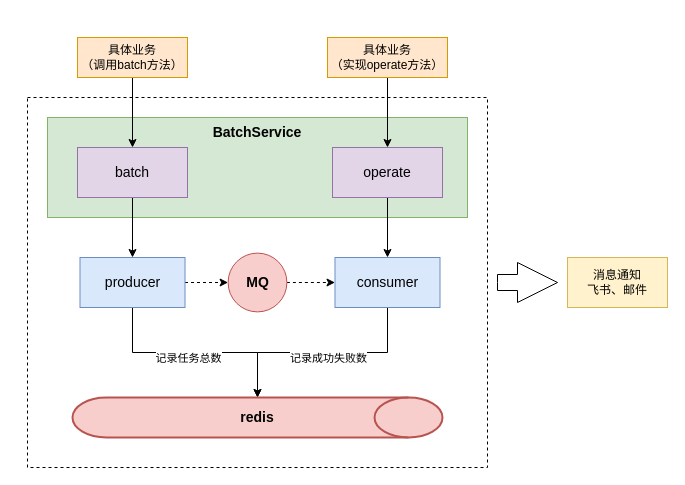
Before: 批量操作框架.drawio in Floweryu/my-diagrams, a draw.io diagram. Source tidied: cells renumbered, new cells numbered last; positions are measured from the earlier drawing's top-left corner, leaving out a move shared by most shapes. Both pictures are drawn from the tidied source at 100%, with x=0, y=0 at pixel (27, 37).
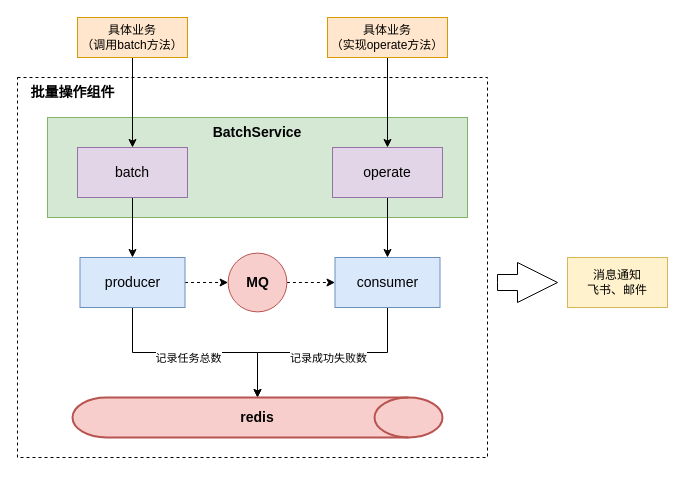
After the change.

Commit message:
更新批量操作框架.drawio

Diff of the diagram source:
```diff
@@
     <mxCell id="2" style="rounded=0;whiteSpace=wrap;html=1;dashed=1;" parent="1" vertex="1">
-      <mxGeometry y="60" width="460" height="370" as="geometry" />
+      <mxGeometry x="-10" y="40" width="470" height="380" as="geometry" />
     </mxCell>
@@
     <mxCell id="20" value="具体业务&lt;br&gt;（调用batch方法）" style="rounded=0;whiteSpace=wrap;html=1;fillColor=#ffe6cc;strokeColor=#d79b00;" parent="1" vertex="1">
-      <mxGeometry x="50" width="110" height="40" as="geometry" />
+      <mxGeometry x="50" y="-20" width="110" height="40" as="geometry" />
     </mxCell>
@@
     <mxCell id="22" value="具体业务&lt;br&gt;（实现operate方法）" style="rounded=0;whiteSpace=wrap;html=1;fillColor=#ffe6cc;strokeColor=#d79b00;" parent="1" vertex="1">
-      <mxGeometry x="300" width="120" height="40" as="geometry" />
+      <mxGeometry x="300" y="-20" width="120" height="40" as="geometry" />
     </mxCell>
@@
+    <mxCell id="25" value="&lt;b&gt;&lt;font style=&quot;font-size: 14px;&quot;&gt;批量操作组件&lt;/font&gt;&lt;/b&gt;" style="text;html=1;align=center;verticalAlign=middle;strokeColor=none;fillColor=none;" parent="1" vertex="1">
+      <mxGeometry x="-10" y="40" width="110" height="30" as="geometry" />
+    </mxCell>
```
